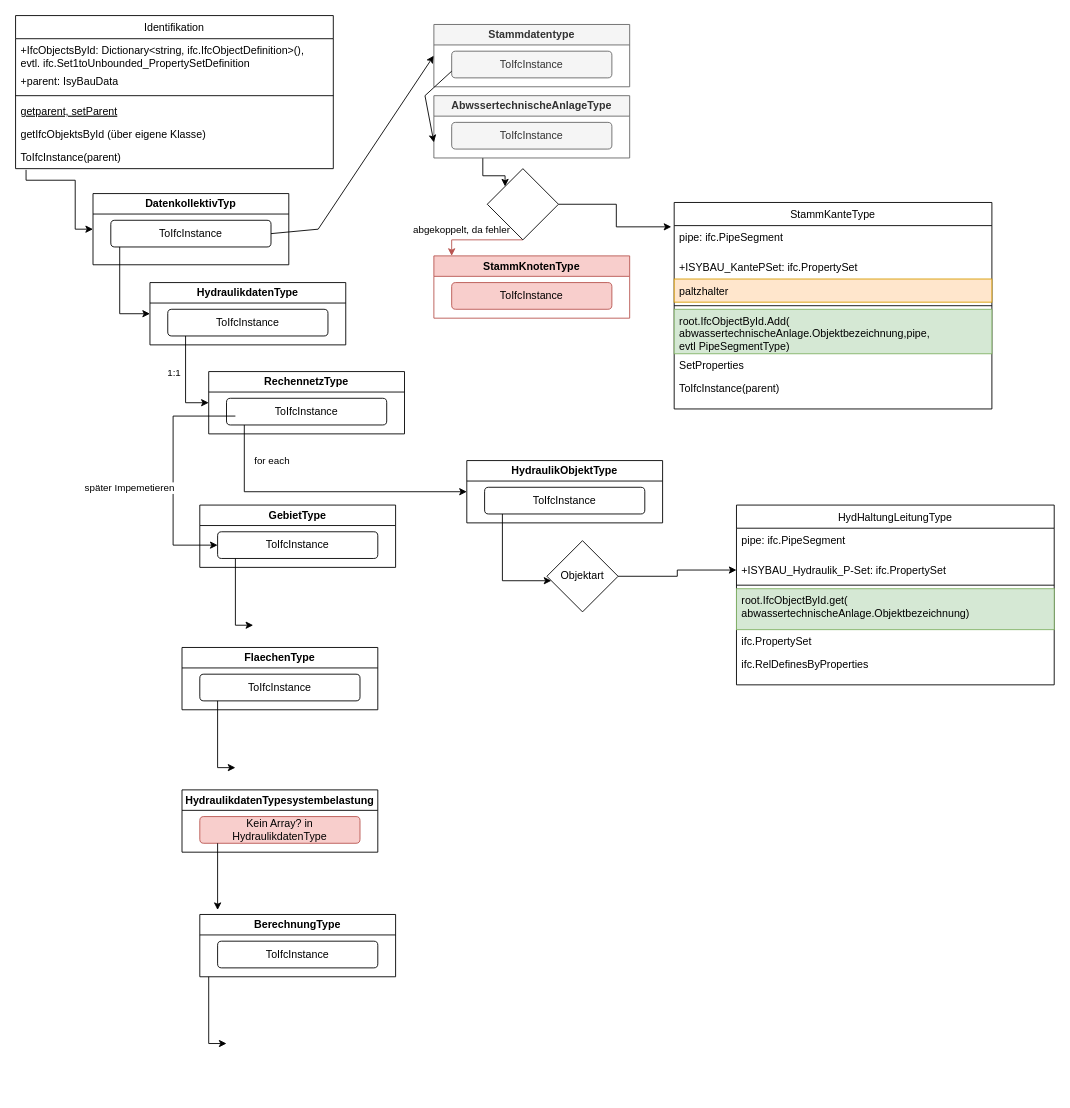
Above: ablaufdiagramm-Hydraulikdatenkollekitv.drawio in simonwb123/BA-ISYBAU (draw.io), before the change. Source tidied: cells renumbered, new cells numbered last; positions are measured from the earlier drawing's top-left corner, leaving out a move shared by most shapes. Both pictures are drawn from the tidied source at 89%, with x=0, y=0 at pixel (15, 15).
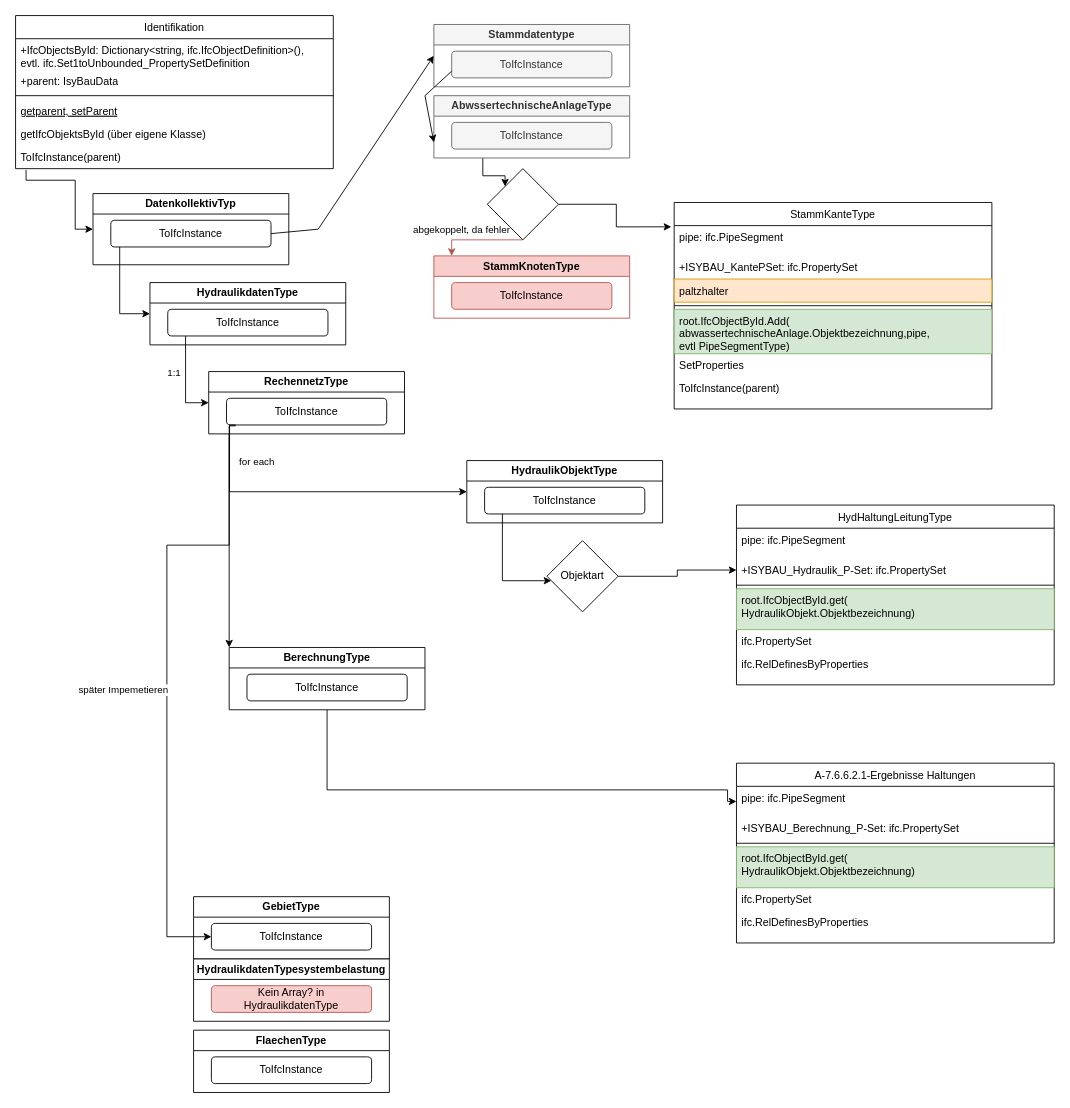
Above is the later version.

Commit message:
Klassendiagramm für Haltung

Unchanged cells that the change refers to:
```xml
<mxCell id="9" value="RechennetzType" style="swimlane;whiteSpace=wrap;html=1;" parent="1" vertex="1">
  <mxGeometry x="217" y="400" width="220" height="70" as="geometry" />
</mxCell>
<mxCell id="10" value="ToIfcInstance" style="rounded=1;whiteSpace=wrap;html=1;fontSize=12;glass=0;strokeWidth=1;shadow=0;" parent="9" vertex="1">
  <mxGeometry x="20" y="30" width="180" height="30" as="geometry" />
</mxCell>
<mxCell id="16" value="ToIfcInstance" style="rounded=1;whiteSpace=wrap;html=1;fontSize=12;glass=0;strokeWidth=1;shadow=0;" parent="15" vertex="1">
  <mxGeometry x="20" y="30" width="180" height="30" as="geometry" />
</mxCell>
<mxCell id="61" value="HydHaltungLeitungType" style="swimlane;fontStyle=0;align=center;verticalAlign=top;horizontal=1;startSize=26;rounded=0;shadow=0;strokeWidth=1;" parent="1" vertex="1">
  <mxGeometry x="810" y="550" width="357" height="202" as="geometry" />
</mxCell>
```

What changed in the source:
```diff
@@
-    <mxCell id="11" style="endArrow=classic;html=1;rounded=0;entryX=0;entryY=0.5;entryDx=0;entryDy=0;edgeStyle=orthogonalEdgeStyle;" parent="9" edge="1" target="16">
-      <mxGeometry relative="1" as="geometry">
-        <mxPoint x="30" y="50" as="sourcePoint" />
-        <Array as="points">
-          <mxPoint x="-40" y="50" />
-          <mxPoint x="-40" y="195" />
-        </Array>
-      </mxGeometry>
-    </mxCell>
-    <mxCell id="12" value="später Impemetieren" style="edgeLabel;html=1;align=center;verticalAlign=middle;" parent="11" vertex="1">
-      <mxGeometry x="0.04" y="-3" relative="1" as="geometry">
-        <mxPoint x="-47" y="12" as="offset" />
-      </mxGeometry>
-    </mxCell>
-    <mxCell id="13" style="endArrow=classic;html=1;rounded=0;edgeStyle=orthogonalEdgeStyle;" parent="1" edge="1">
+    <mxCell id="13" style="endArrow=classic;html=1;rounded=0;edgeStyle=orthogonalEdgeStyle;exitX=0.019;exitY=1.004;exitDx=0;exitDy=0;exitPerimeter=0;" parent="1" edge="1" source="10">
       <mxGeometry relative="1" as="geometry">
-        <mxPoint x="257" y="460" as="sourcePoint" />
         <mxPoint x="507" y="535" as="targetPoint" />
         <Array as="points">
-          <mxPoint x="257" y="535" />
+          <mxPoint x="240" y="535" />
         </Array>
       </mxGeometry>
     </mxCell>
@@
     <mxCell id="15" value="GebietType" style="swimlane;whiteSpace=wrap;html=1;" parent="1" vertex="1">
-      <mxGeometry x="207" y="550" width="220" height="70" as="geometry" />
+      <mxGeometry x="200" y="990" width="220" height="70" as="geometry" />
     </mxCell>
@@
-    <mxCell id="17" style="endArrow=classic;html=1;rounded=0;entryX=0;entryY=0.5;entryDx=0;entryDy=0;edgeStyle=orthogonalEdgeStyle;" parent="1" edge="1">
-      <mxGeometry relative="1" as="geometry">
-        <mxPoint x="247" y="610" as="sourcePoint" />
-        <mxPoint x="267" y="685" as="targetPoint" />
-        <Array as="points">
-          <mxPoint x="247" y="685" />
-        </Array>
-      </mxGeometry>
-    </mxCell>
     <mxCell id="18" value="FlaechenType" style="swimlane;whiteSpace=wrap;html=1;" parent="1" vertex="1">
-      <mxGeometry x="187" y="710" width="220" height="70" as="geometry" />
+      <mxGeometry x="200" y="1140" width="220" height="70" as="geometry" />
     </mxCell>
@@
-    <mxCell id="20" style="endArrow=classic;html=1;rounded=0;entryX=0;entryY=0.5;entryDx=0;entryDy=0;edgeStyle=orthogonalEdgeStyle;" parent="1" edge="1">
-      <mxGeometry relative="1" as="geometry">
-        <mxPoint x="227" y="770" as="sourcePoint" />
-        <mxPoint x="247" y="845" as="targetPoint" />
-        <Array as="points">
-          <mxPoint x="227" y="845" />
-        </Array>
-      </mxGeometry>
-    </mxCell>
     <mxCell id="21" value="HydraulikdatenTypesystembelastung" style="swimlane;whiteSpace=wrap;html=1;" parent="1" vertex="1">
-      <mxGeometry x="187" y="870" width="220" height="70" as="geometry" />
+      <mxGeometry x="200" y="1060" width="220" height="70" as="geometry" />
     </mxCell>
@@
-    <mxCell id="23" style="endArrow=classic;html=1;rounded=0;edgeStyle=orthogonalEdgeStyle;" parent="1" edge="1">
-      <mxGeometry relative="1" as="geometry">
-        <mxPoint x="227" y="930" as="sourcePoint" />
-        <mxPoint x="227" y="1005" as="targetPoint" />
-        <Array as="points">
-          <mxPoint x="227" y="1005" />
-        </Array>
-      </mxGeometry>
-    </mxCell>
+    <mxCell id="68" style="edgeStyle=orthogonalEdgeStyle;rounded=0;jettySize=auto;html=1;entryX=0;entryY=0.5;entryDx=0;entryDy=0;" parent="1" edge="1" source="24" target="71">
+      <mxGeometry relative="1" as="geometry">
+        <Array as="points">
+          <mxPoint x="350" y="870" />
+          <mxPoint x="800" y="870" />
+          <mxPoint x="800" y="883" />
+        </Array>
+      </mxGeometry>
+    </mxCell>
     <mxCell id="24" value="BerechnungType" style="swimlane;whiteSpace=wrap;html=1;" parent="1" vertex="1">
-      <mxGeometry x="207" y="1010" width="220" height="70" as="geometry" />
+      <mxGeometry x="240" y="710" width="220" height="70" as="geometry" />
     </mxCell>
@@
-    <mxCell id="26" style="endArrow=classic;html=1;rounded=0;entryX=0;entryY=0.5;entryDx=0;entryDy=0;edgeStyle=orthogonalEdgeStyle;" parent="1" edge="1">
-      <mxGeometry relative="1" as="geometry">
-        <mxPoint x="217" y="1080" as="sourcePoint" />
-        <mxPoint x="237" y="1155" as="targetPoint" />
-        <Array as="points">
-          <mxPoint x="217" y="1155" />
-        </Array>
-      </mxGeometry>
-    </mxCell>
@@
-    <mxCell id="65" value="root.IfcObjectById.get(&#10;abwassertechnischeAnlage.Objektbezeichnung)" style="text;align=left;verticalAlign=top;spacingLeft=4;spacingRight=4;overflow=hidden;fontStyle=0;fillColor=#d5e8d4;strokeColor=#82b366;" parent="61" vertex="1">
+    <mxCell id="65" value="root.IfcObjectById.get(&#10;HydraulikObjekt.Objektbezeichnung)" style="text;align=left;verticalAlign=top;spacingLeft=4;spacingRight=4;overflow=hidden;fontStyle=0;fillColor=#d5e8d4;strokeColor=#82b366;" parent="61" vertex="1">
       <mxGeometry y="94" width="357" height="46" as="geometry" />
     </mxCell>
@@
+    <mxCell id="11" style="endArrow=classic;html=1;rounded=0;entryX=0;entryY=0.5;entryDx=0;entryDy=0;edgeStyle=orthogonalEdgeStyle;exitX=0.018;exitY=1;exitDx=0;exitDy=0;exitPerimeter=0;" parent="1" edge="1" source="10" target="16">
+      <mxGeometry relative="1" as="geometry">
+        <Array as="points">
+          <mxPoint x="247" y="460" />
+          <mxPoint x="240" y="461" />
+          <mxPoint x="240" y="595" />
+          <mxPoint x="170" y="595" />
+          <mxPoint x="170" y="1035" />
+        </Array>
+      </mxGeometry>
+    </mxCell>
+    <mxCell id="12" value="später Impemetieren" style="edgeLabel;html=1;align=center;verticalAlign=middle;" parent="11" vertex="1">
+      <mxGeometry x="0.04" y="-3" relative="1" as="geometry">
+        <mxPoint x="-47" y="12" as="offset" />
+      </mxGeometry>
+    </mxCell>
+    <mxCell id="69" style="endArrow=classic;html=1;rounded=0;entryX=0;entryY=0;entryDx=0;entryDy=0;" parent="1" edge="1" target="24">
+      <mxGeometry relative="1" as="geometry">
+        <mxPoint x="240" y="470" as="sourcePoint" />
+        <Array as="points">
+          <mxPoint x="240" y="590" />
+        </Array>
+      </mxGeometry>
+    </mxCell>
+    <mxCell id="70" value="A-7.6.6.2.1-Ergebnisse Haltungen" style="swimlane;fontStyle=0;align=center;verticalAlign=top;horizontal=1;startSize=26;rounded=0;shadow=0;strokeWidth=1;" parent="1" vertex="1">
+      <mxGeometry x="810" y="840" width="357" height="202" as="geometry" />
+    </mxCell>
+    <mxCell id="71" value="pipe: ifc.PipeSegment" style="text;align=left;verticalAlign=top;spacingLeft=4;spacingRight=4;overflow=hidden;points=[[0,0.5],[1,0.5]];portConstraint=eastwest;" parent="70" vertex="1">
+      <mxGeometry y="26" width="357" height="34" as="geometry" />
+    </mxCell>
+    <mxCell id="72" value="+ISYBAU_Berechnung_P-Set: ifc.PropertySet " style="text;align=left;verticalAlign=top;spacingLeft=4;spacingRight=4;overflow=hidden;rounded=0;shadow=0;html=0;" parent="70" vertex="1">
+      <mxGeometry y="60" width="357" height="26" as="geometry" />
+    </mxCell>
+    <mxCell id="73" style="line;html=1;strokeWidth=1;align=left;verticalAlign=middle;spacingTop=-1;spacingLeft=3;spacingRight=3;labelPosition=right;" parent="70" vertex="1">
+      <mxGeometry y="86" width="357" height="8" as="geometry" />
+    </mxCell>
+    <mxCell id="74" value="root.IfcObjectById.get(&#10;HydraulikObjekt.Objektbezeichnung)" style="text;align=left;verticalAlign=top;spacingLeft=4;spacingRight=4;overflow=hidden;fontStyle=0;fillColor=#d5e8d4;strokeColor=#82b366;" parent="70" vertex="1">
+      <mxGeometry y="94" width="357" height="46" as="geometry" />
+    </mxCell>
+    <mxCell id="75" value="ifc.PropertySet" style="text;align=left;verticalAlign=top;spacingLeft=4;spacingRight=4;overflow=hidden;" parent="70" vertex="1">
+      <mxGeometry y="140" width="357" height="26" as="geometry" />
+    </mxCell>
+    <mxCell id="76" value="ifc.RelDefinesByProperties" style="text;align=left;verticalAlign=top;spacingLeft=4;spacingRight=4;overflow=hidden;" parent="70" vertex="1">
+      <mxGeometry y="166" width="357" height="26" as="geometry" />
+    </mxCell>
```
